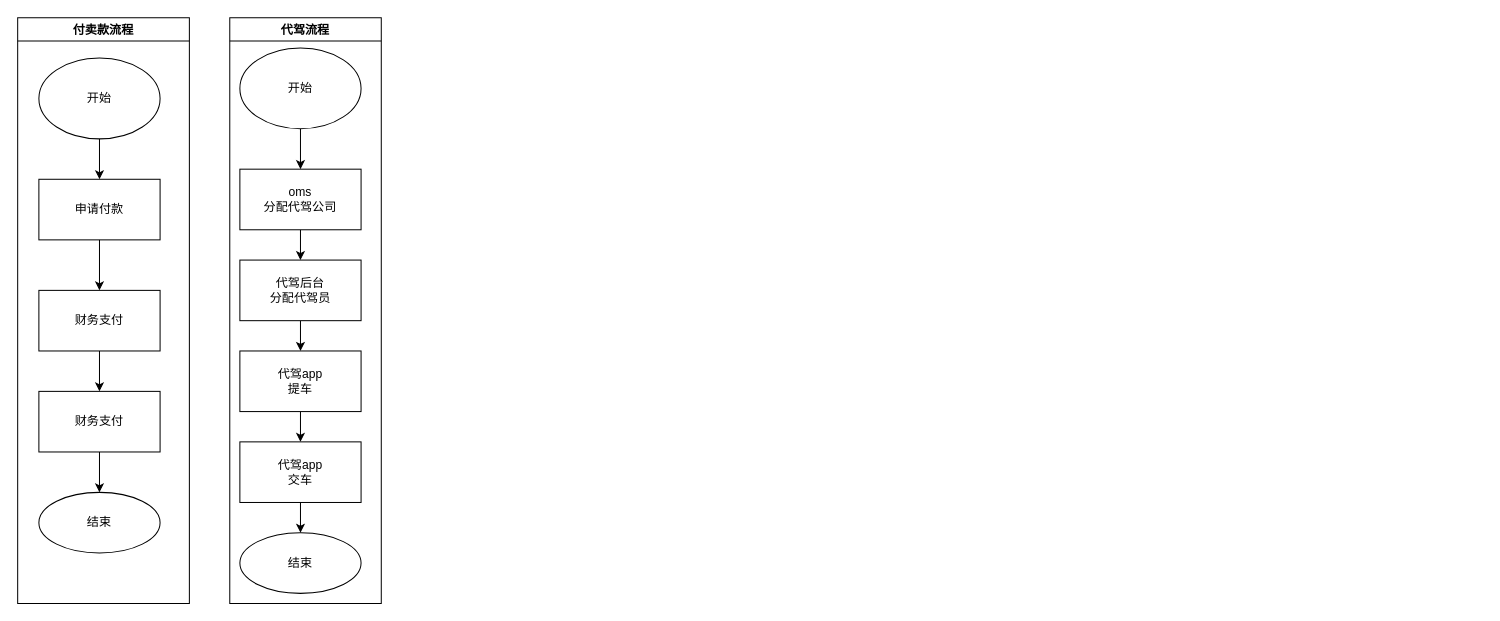
Earlier version of the draw.io diagram 售后流程设计.drawio (specialnote/diagrams). Source tidied: cells renumbered, new cells numbered last; positions are measured from the earlier drawing's top-left corner, leaving out a move shared by most shapes. Both pictures are drawn from the tidied source at 101%, with x=0, y=0 at pixel (17, 17).
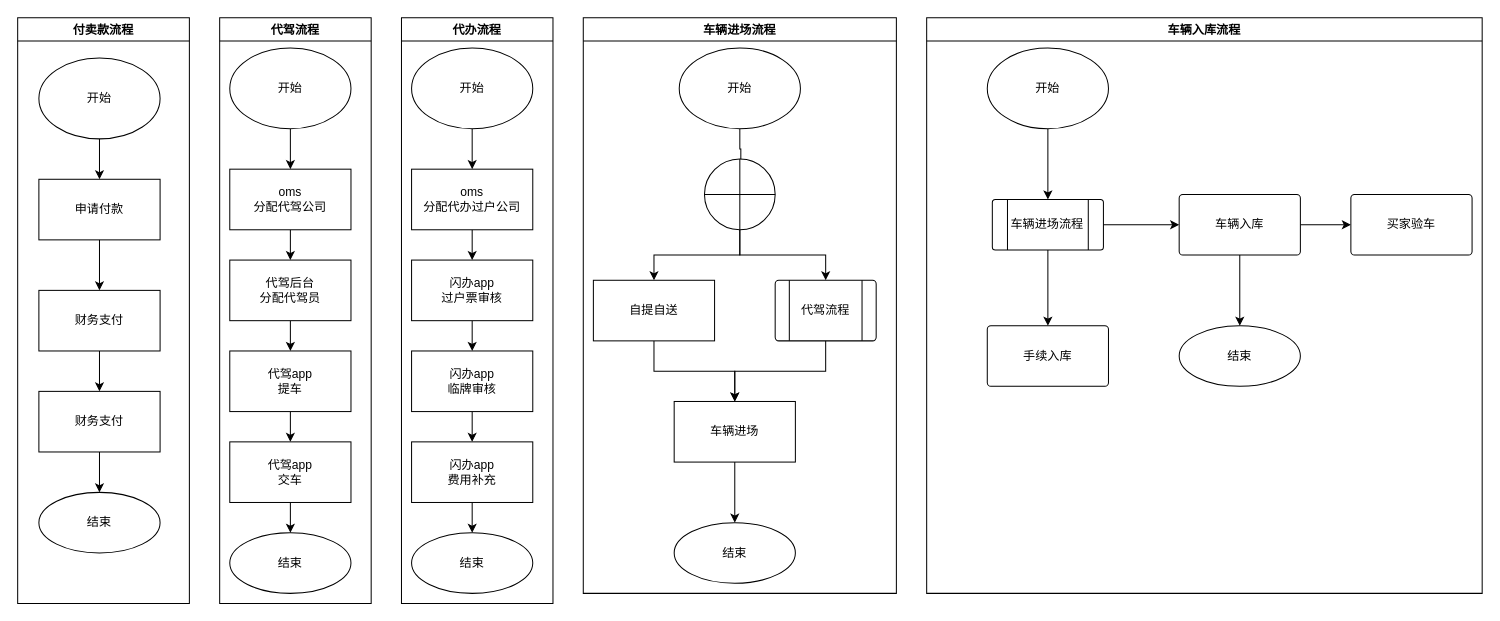
Above is the later version.

Commit message (it also covers changes not shown here):
Update 售后流程设计.drawio

What changed in the source:
```diff
@@
     <mxCell id="12" value="代驾流程" style="swimlane;" parent="1" vertex="1">
-      <mxGeometry x="210" width="150" height="580" as="geometry" />
+      <mxGeometry x="200" width="150" height="580" as="geometry" />
     </mxCell>
@@
+    <mxCell id="24" value="代办流程" style="swimlane;" parent="1" vertex="1">
+      <mxGeometry x="380" width="150" height="580" as="geometry" />
+    </mxCell>
+    <mxCell id="25" style="edgeStyle=orthogonalEdgeStyle;rounded=0;jettySize=auto;html=1;entryX=0.5;entryY=0;entryDx=0;entryDy=0;" parent="24" edge="1" source="26" target="28">
+      <mxGeometry relative="1" as="geometry" />
+    </mxCell>
+    <mxCell id="26" value="开始" style="ellipse;whiteSpace=wrap;html=1;" parent="24" vertex="1">
+      <mxGeometry x="10" y="30" width="120" height="80" as="geometry" />
+    </mxCell>
+    <mxCell id="27" style="edgeStyle=orthogonalEdgeStyle;rounded=0;jettySize=auto;html=1;" parent="24" edge="1" source="28" target="30">
+      <mxGeometry relative="1" as="geometry" />
+    </mxCell>
+    <mxCell id="28" value="oms&lt;br&gt;&lt;div&gt;分配代办过户公司&lt;/div&gt;" style="whiteSpace=wrap;html=1;" parent="24" vertex="1">
+      <mxGeometry x="10" y="150" width="120" height="60" as="geometry" />
+    </mxCell>
+    <mxCell id="29" style="edgeStyle=orthogonalEdgeStyle;rounded=0;jettySize=auto;html=1;" parent="24" edge="1" source="30" target="32">
+      <mxGeometry relative="1" as="geometry" />
+    </mxCell>
+    <mxCell id="30" value="&lt;div&gt;闪办app&lt;/div&gt;&lt;div&gt;过户票审核&lt;br&gt;&lt;/div&gt;" style="whiteSpace=wrap;html=1;" parent="24" vertex="1">
+      <mxGeometry x="10" y="240" width="120" height="60" as="geometry" />
+    </mxCell>
+    <mxCell id="31" style="edgeStyle=orthogonalEdgeStyle;rounded=0;jettySize=auto;html=1;" parent="24" edge="1" source="32" target="33">
+      <mxGeometry relative="1" as="geometry" />
+    </mxCell>
+    <mxCell id="32" value="&lt;div&gt;闪办app&lt;/div&gt;&lt;div&gt;临牌审核&lt;br&gt;&lt;/div&gt;" style="whiteSpace=wrap;html=1;" parent="24" vertex="1">
+      <mxGeometry x="10" y="330" width="120" height="60" as="geometry" />
+    </mxCell>
+    <mxCell id="33" value="&lt;div&gt;闪办app&lt;/div&gt;&lt;div&gt;费用补充&lt;br&gt;&lt;/div&gt;" style="whiteSpace=wrap;html=1;" parent="24" vertex="1">
+      <mxGeometry x="10" y="420" width="120" height="60" as="geometry" />
+    </mxCell>
+    <mxCell id="34" value="结束" style="ellipse;whiteSpace=wrap;html=1;" parent="24" vertex="1">
+      <mxGeometry x="10" y="510" width="120" height="60" as="geometry" />
+    </mxCell>
+    <mxCell id="35" style="edgeStyle=orthogonalEdgeStyle;rounded=0;jettySize=auto;html=1;" parent="24" edge="1" source="33" target="34">
+      <mxGeometry relative="1" as="geometry" />
+    </mxCell>
+    <mxCell id="36" value="车辆进场流程" style="swimlane;" parent="1" vertex="1">
+      <mxGeometry x="560" width="310" height="570" as="geometry" />
+    </mxCell>
+    <mxCell id="37" style="edgeStyle=orthogonalEdgeStyle;rounded=0;jettySize=auto;html=1;entryX=0.514;entryY=0.157;entryDx=0;entryDy=0;entryPerimeter=0;" parent="36" edge="1" source="38" target="41">
+      <mxGeometry relative="1" as="geometry" />
+    </mxCell>
+    <mxCell id="38" value="开始" style="ellipse;whiteSpace=wrap;html=1;" parent="36" vertex="1">
+      <mxGeometry x="95" y="30" width="120" height="80" as="geometry" />
+    </mxCell>
+    <mxCell id="39" style="edgeStyle=orthogonalEdgeStyle;rounded=0;jettySize=auto;html=1;entryX=0.5;entryY=0;entryDx=0;entryDy=0;" parent="36" edge="1" source="41" target="43">
+      <mxGeometry relative="1" as="geometry" />
+    </mxCell>
+    <mxCell id="40" style="edgeStyle=orthogonalEdgeStyle;rounded=0;jettySize=auto;html=1;" parent="36" edge="1" source="41" target="45">
+      <mxGeometry relative="1" as="geometry" />
+    </mxCell>
+    <mxCell id="41" style="verticalLabelPosition=bottom;verticalAlign=top;html=1;shape=mxgraph.flowchart.summing_function;" parent="36" vertex="1">
+      <mxGeometry x="120" y="140" width="70" height="70" as="geometry" />
+    </mxCell>
+    <mxCell id="42" style="edgeStyle=orthogonalEdgeStyle;rounded=0;jettySize=auto;html=1;" parent="36" edge="1" source="43" target="47">
+      <mxGeometry relative="1" as="geometry" />
+    </mxCell>
+    <mxCell id="43" value="自提自送" style="whiteSpace=wrap;html=1;verticalAlign=middle;" parent="36" vertex="1">
+      <mxGeometry x="10" y="260" width="120" height="60" as="geometry" />
+    </mxCell>
+    <mxCell id="44" style="edgeStyle=orthogonalEdgeStyle;rounded=0;jettySize=auto;html=1;" parent="36" edge="1" source="45" target="47">
+      <mxGeometry relative="1" as="geometry" />
+    </mxCell>
+    <mxCell id="45" value="代驾流程" style="verticalLabelPosition=middle;verticalAlign=middle;html=1;shape=process;whiteSpace=wrap;rounded=1;size=0.14;arcSize=6;labelPosition=center;align=center;" parent="36" vertex="1">
+      <mxGeometry x="190" y="260" width="100" height="60" as="geometry" />
+    </mxCell>
+    <mxCell id="46" style="edgeStyle=orthogonalEdgeStyle;rounded=0;jettySize=auto;html=1;" parent="36" edge="1" source="47" target="48">
+      <mxGeometry relative="1" as="geometry" />
+    </mxCell>
+    <mxCell id="47" value="车辆进场" style="whiteSpace=wrap;html=1;" parent="36" vertex="1">
+      <mxGeometry x="90" y="380" width="120" height="60" as="geometry" />
+    </mxCell>
+    <mxCell id="48" value="结束" style="ellipse;whiteSpace=wrap;html=1;" parent="36" vertex="1">
+      <mxGeometry x="90" y="500" width="120" height="60" as="geometry" />
+    </mxCell>
+    <mxCell id="49" value="车辆入库流程" style="swimlane;" parent="1" vertex="1">
+      <mxGeometry x="900" width="550" height="570" as="geometry" />
+    </mxCell>
+    <mxCell id="50" style="edgeStyle=orthogonalEdgeStyle;rounded=0;jettySize=auto;html=1;" parent="49" edge="1" source="51" target="52">
+      <mxGeometry relative="1" as="geometry" />
+    </mxCell>
+    <mxCell id="51" value="开始" style="ellipse;whiteSpace=wrap;html=1;" parent="49" vertex="1">
+      <mxGeometry x="60" y="30" width="120" height="80" as="geometry" />
+    </mxCell>
+    <mxCell id="52" value="车辆进场流程" style="verticalLabelPosition=middle;verticalAlign=middle;html=1;shape=process;whiteSpace=wrap;rounded=1;size=0.14;arcSize=6;labelPosition=center;align=center;" parent="49" vertex="1">
+      <mxGeometry x="65" y="180" width="110" height="50" as="geometry" />
+    </mxCell>
+    <mxCell id="53" value="结束" style="ellipse;whiteSpace=wrap;html=1;rounded=1;arcSize=6;" parent="49" vertex="1">
+      <mxGeometry x="250" y="305" width="120" height="60" as="geometry" />
+    </mxCell>
+    <mxCell id="54" value="手续入库" style="whiteSpace=wrap;html=1;rounded=1;arcSize=6;" parent="1" vertex="1">
+      <mxGeometry x="960" y="305" width="120" height="60" as="geometry" />
+    </mxCell>
+    <mxCell id="55" style="edgeStyle=orthogonalEdgeStyle;rounded=0;jettySize=auto;html=1;" parent="1" edge="1" source="52" target="54">
+      <mxGeometry relative="1" as="geometry" />
+    </mxCell>
+    <mxCell id="56" style="edgeStyle=orthogonalEdgeStyle;rounded=0;jettySize=auto;html=1;" parent="1" edge="1" source="58" target="60">
+      <mxGeometry relative="1" as="geometry" />
+    </mxCell>
+    <mxCell id="57" style="edgeStyle=orthogonalEdgeStyle;rounded=0;jettySize=auto;html=1;entryX=0.5;entryY=0;entryDx=0;entryDy=0;" parent="1" edge="1" source="58" target="53">
+      <mxGeometry relative="1" as="geometry" />
+    </mxCell>
+    <mxCell id="58" value="车辆入库" style="whiteSpace=wrap;html=1;rounded=1;arcSize=6;" parent="1" vertex="1">
+      <mxGeometry x="1150" y="175" width="120" height="60" as="geometry" />
+    </mxCell>
+    <mxCell id="59" style="edgeStyle=orthogonalEdgeStyle;rounded=0;jettySize=auto;html=1;" parent="1" edge="1" source="52" target="58">
+      <mxGeometry relative="1" as="geometry" />
+    </mxCell>
+    <mxCell id="60" value="买家验车" style="whiteSpace=wrap;html=1;rounded=1;arcSize=6;" parent="1" vertex="1">
+      <mxGeometry x="1320" y="175" width="120" height="60" as="geometry" />
+    </mxCell>
```
